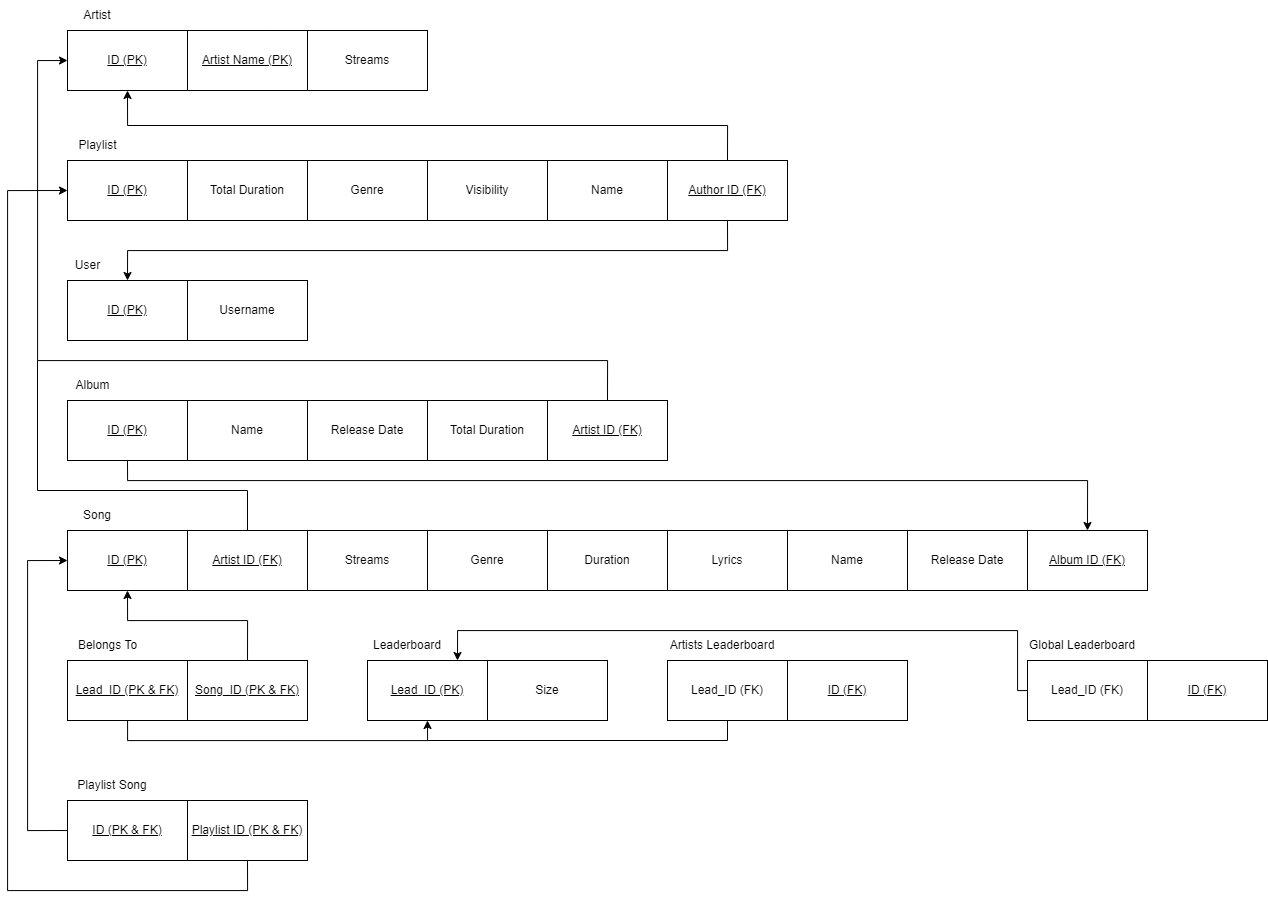
This is diagrams/ER UPDATED.png from raquelvinagre/BeatBase, a draw.io export, as it was before one commit. Source tidied: cells renumbered, new cells last; positions are measured from the earlier drawing's top-left corner, leaving out a move shared by most shapes.
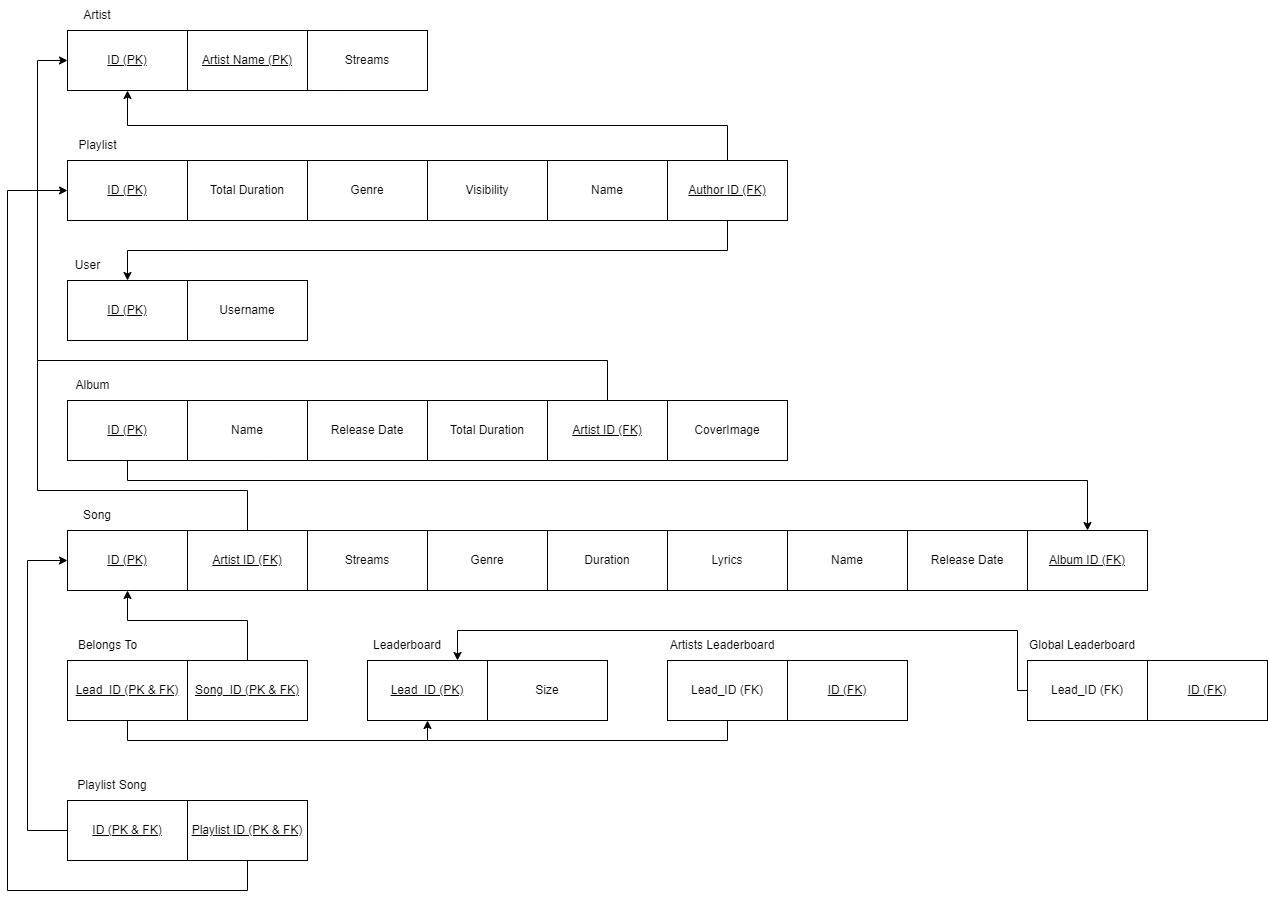
After the commit.

What changed in the source:
```diff
@@ -221,5 +221,8 @@
     <mxCell id="57" value="&lt;u&gt;Playlist ID (PK &amp;amp; FK)&lt;/u&gt;" style="rounded=0;whiteSpace=wrap;html=1;" parent="1" vertex="1">
       <mxGeometry x="180" y="800" width="120" height="60" as="geometry" />
     </mxCell>
+    <mxCell id="58" value="CoverImage" style="rounded=0;whiteSpace=wrap;html=1;" parent="1" vertex="1">
+      <mxGeometry x="660" y="400" width="120" height="60" as="geometry" />
+    </mxCell>
   </root>
 </mxGraphModel>
```
